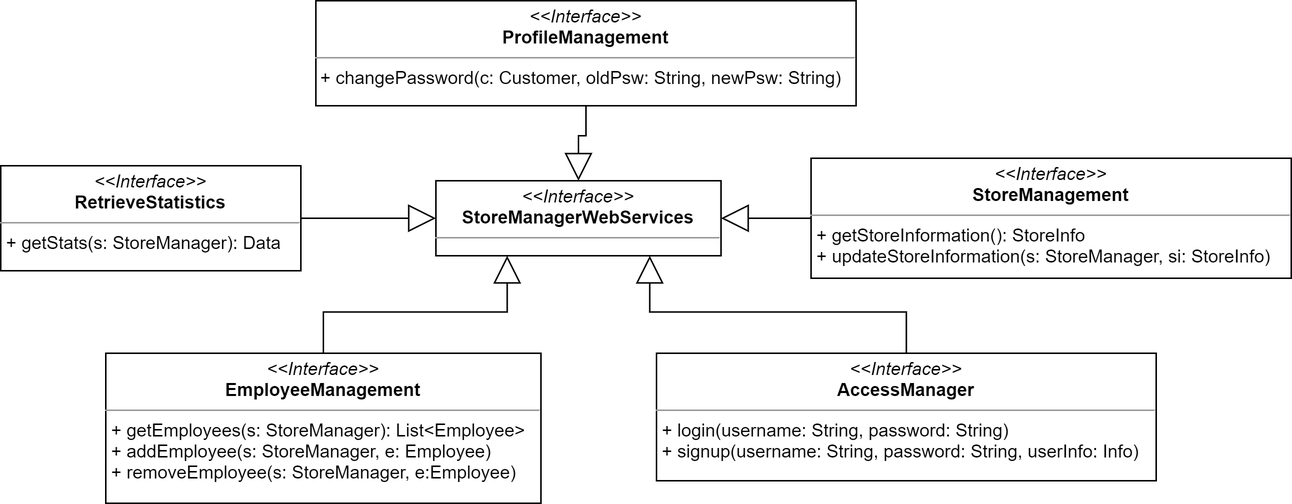
This is DDworkspace/LaTeXproject/images/storeM_web_services_interfaces.png from marcoDige/CLup, a draw.io export, as it was before one commit. Source tidied: cells renumbered, new cells last; positions are measured from the earlier drawing's top-left corner, leaving out a move shared by most shapes.
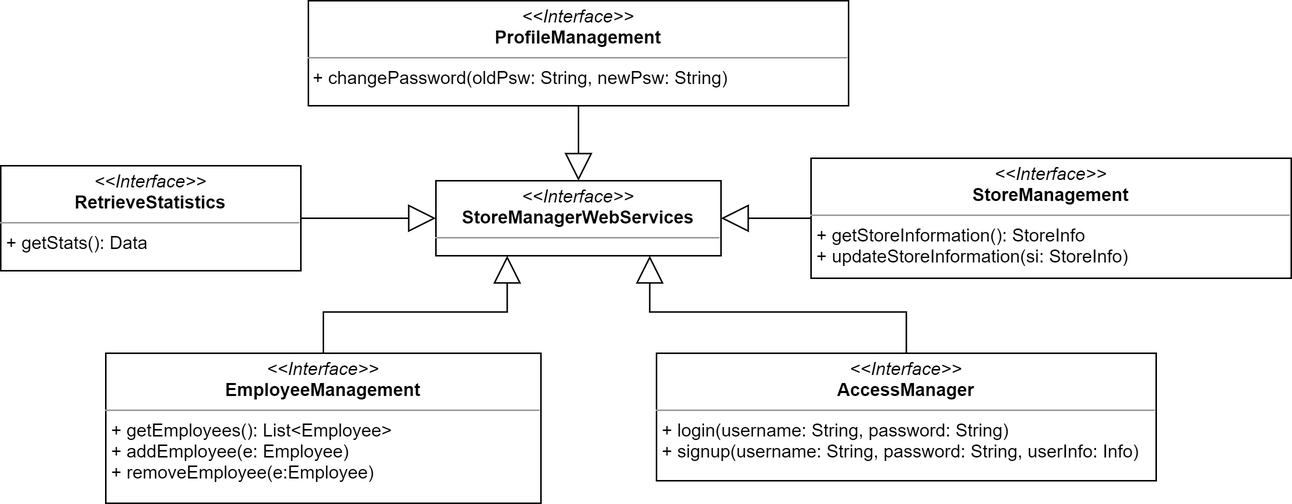
After the commit.

Commit message:
interfaces diagrams fixed

What changed in the source:
```diff
@@ -11,19 +11,19 @@
     <mxCell id="4" style="edgeStyle=orthogonalEdgeStyle;rounded=0;jettySize=auto;html=1;exitX=1;exitY=0.5;exitDx=0;exitDy=0;entryX=0;entryY=0.5;entryDx=0;entryDy=0;endArrow=block;endFill=0;endSize=16;" parent="1" edge="1" source="5" target="3">
       <mxGeometry relative="1" as="geometry" />
     </mxCell>
-    <mxCell id="5" value="&lt;p style=&quot;margin: 0px ; margin-top: 4px ; text-align: center&quot;&gt;&lt;i&gt;&amp;lt;&amp;lt;Interface&amp;gt;&amp;gt;&lt;/i&gt;&lt;br&gt;&lt;b&gt;RetrieveStatistics&lt;/b&gt;&lt;/p&gt;&lt;hr size=&quot;1&quot;&gt;&lt;p style=&quot;margin: 0px ; margin-left: 4px&quot;&gt;+&amp;nbsp;getStats(s: StoreManager): Data&lt;/p&gt;&lt;p style=&quot;margin: 0px ; margin-left: 4px&quot;&gt;&lt;br&gt;&lt;/p&gt;" style="verticalAlign=top;align=left;overflow=fill;fontSize=12;fontFamily=Helvetica;html=1;" parent="1" vertex="1">
+    <mxCell id="5" value="&lt;p style=&quot;margin: 0px ; margin-top: 4px ; text-align: center&quot;&gt;&lt;i&gt;&amp;lt;&amp;lt;Interface&amp;gt;&amp;gt;&lt;/i&gt;&lt;br&gt;&lt;b&gt;RetrieveStatistics&lt;/b&gt;&lt;/p&gt;&lt;hr size=&quot;1&quot;&gt;&lt;p style=&quot;margin: 0px ; margin-left: 4px&quot;&gt;+&amp;nbsp;getStats(): Data&lt;/p&gt;&lt;p style=&quot;margin: 0px ; margin-left: 4px&quot;&gt;&lt;br&gt;&lt;/p&gt;" style="verticalAlign=top;align=left;overflow=fill;fontSize=12;fontFamily=Helvetica;html=1;" parent="1" vertex="1">
       <mxGeometry y="110" width="200" height="70" as="geometry" />
     </mxCell>
     <mxCell id="6" style="edgeStyle=orthogonalEdgeStyle;rounded=0;jettySize=auto;html=1;exitX=0;exitY=0.5;exitDx=0;exitDy=0;entryX=1;entryY=0.5;entryDx=0;entryDy=0;endArrow=block;endFill=0;endSize=16;" parent="1" edge="1" source="7" target="3">
       <mxGeometry relative="1" as="geometry" />
     </mxCell>
-    <mxCell id="7" value="&lt;p style=&quot;margin: 0px ; margin-top: 4px ; text-align: center&quot;&gt;&lt;i&gt;&amp;lt;&amp;lt;Interface&amp;gt;&amp;gt;&lt;/i&gt;&lt;br&gt;&lt;b&gt;StoreManagement&lt;/b&gt;&lt;/p&gt;&lt;hr size=&quot;1&quot;&gt;&lt;p style=&quot;margin: 0px ; margin-left: 4px&quot;&gt;+&amp;nbsp;getStoreInformation(): StoreInfo&lt;/p&gt;&lt;p style=&quot;margin: 0px ; margin-left: 4px&quot;&gt;+&amp;nbsp;updateStoreInformation(s: StoreManager, si: StoreInfo)&lt;/p&gt;&lt;p style=&quot;margin: 0px ; margin-left: 4px&quot;&gt;&lt;br&gt;&lt;/p&gt;" style="verticalAlign=top;align=left;overflow=fill;fontSize=12;fontFamily=Helvetica;html=1;" parent="1" vertex="1">
+    <mxCell id="7" value="&lt;p style=&quot;margin: 0px ; margin-top: 4px ; text-align: center&quot;&gt;&lt;i&gt;&amp;lt;&amp;lt;Interface&amp;gt;&amp;gt;&lt;/i&gt;&lt;br&gt;&lt;b&gt;StoreManagement&lt;/b&gt;&lt;/p&gt;&lt;hr size=&quot;1&quot;&gt;&lt;p style=&quot;margin: 0px ; margin-left: 4px&quot;&gt;+&amp;nbsp;getStoreInformation(): StoreInfo&lt;/p&gt;&lt;p style=&quot;margin: 0px ; margin-left: 4px&quot;&gt;+&amp;nbsp;updateStoreInformation(si: StoreInfo)&lt;/p&gt;&lt;p style=&quot;margin: 0px ; margin-left: 4px&quot;&gt;&lt;br&gt;&lt;/p&gt;" style="verticalAlign=top;align=left;overflow=fill;fontSize=12;fontFamily=Helvetica;html=1;" parent="1" vertex="1">
       <mxGeometry x="540" y="105" width="320" height="80" as="geometry" />
     </mxCell>
     <mxCell id="8" style="edgeStyle=orthogonalEdgeStyle;rounded=0;jettySize=auto;html=1;exitX=0.5;exitY=0;exitDx=0;exitDy=0;entryX=0.25;entryY=1;entryDx=0;entryDy=0;endSize=16;endArrow=block;endFill=0;" parent="1" edge="1" source="9" target="3">
       <mxGeometry relative="1" as="geometry" />
     </mxCell>
-    <mxCell id="9" value="&lt;p style=&quot;margin: 0px ; margin-top: 4px ; text-align: center&quot;&gt;&lt;i&gt;&amp;lt;&amp;lt;Interface&amp;gt;&amp;gt;&lt;/i&gt;&lt;br&gt;&lt;b&gt;EmployeeManagement&lt;/b&gt;&lt;/p&gt;&lt;hr size=&quot;1&quot;&gt;&lt;p style=&quot;margin: 0px ; margin-left: 4px&quot;&gt;+&amp;nbsp;getEmployees(s: StoreManager): List&amp;lt;Employee&amp;gt;&lt;/p&gt;&lt;p style=&quot;margin: 0px ; margin-left: 4px&quot;&gt;+&amp;nbsp;addEmployee(s: StoreManager, e: Employee)&lt;/p&gt;&lt;p style=&quot;margin: 0px ; margin-left: 4px&quot;&gt;+&amp;nbsp;removeEmployee(s: StoreManager, e:Employee)&lt;/p&gt;" style="verticalAlign=top;align=left;overflow=fill;fontSize=12;fontFamily=Helvetica;html=1;" parent="1" vertex="1">
+    <mxCell id="9" value="&lt;p style=&quot;margin: 0px ; margin-top: 4px ; text-align: center&quot;&gt;&lt;i&gt;&amp;lt;&amp;lt;Interface&amp;gt;&amp;gt;&lt;/i&gt;&lt;br&gt;&lt;b&gt;EmployeeManagement&lt;/b&gt;&lt;/p&gt;&lt;hr size=&quot;1&quot;&gt;&lt;p style=&quot;margin: 0px ; margin-left: 4px&quot;&gt;+&amp;nbsp;getEmployees(): List&amp;lt;Employee&amp;gt;&lt;/p&gt;&lt;p style=&quot;margin: 0px ; margin-left: 4px&quot;&gt;+&amp;nbsp;addEmployee(e: Employee)&lt;/p&gt;&lt;p style=&quot;margin: 0px ; margin-left: 4px&quot;&gt;+&amp;nbsp;removeEmployee(e:Employee)&lt;/p&gt;" style="verticalAlign=top;align=left;overflow=fill;fontSize=12;fontFamily=Helvetica;html=1;" parent="1" vertex="1">
       <mxGeometry x="70" y="235" width="290" height="100" as="geometry" />
     </mxCell>
     <mxCell id="10" style="edgeStyle=orthogonalEdgeStyle;rounded=0;jettySize=auto;html=1;exitX=0.5;exitY=0;exitDx=0;exitDy=0;entryX=0.75;entryY=1;entryDx=0;entryDy=0;endArrow=block;endFill=0;endSize=16;" parent="1" edge="1" source="11" target="3">
@@ -32,8 +32,8 @@
     <mxCell id="11" value="&lt;p style=&quot;margin: 0px ; margin-top: 4px ; text-align: center&quot;&gt;&lt;i&gt;&amp;lt;&amp;lt;Interface&amp;gt;&amp;gt;&lt;/i&gt;&lt;br&gt;&lt;b&gt;AccessManager&lt;/b&gt;&lt;/p&gt;&lt;hr size=&quot;1&quot;&gt;&lt;p style=&quot;margin: 0px ; margin-left: 4px&quot;&gt;+&amp;nbsp;login(username: String, password: String)&lt;/p&gt;&lt;p style=&quot;margin: 0px ; margin-left: 4px&quot;&gt;+ signup(username: String, password: String, userInfo: Info)&lt;br&gt;&lt;/p&gt;&lt;p style=&quot;margin: 0px ; margin-left: 4px&quot;&gt;&lt;br&gt;&lt;/p&gt;" style="verticalAlign=top;align=left;overflow=fill;fontSize=12;fontFamily=Helvetica;html=1;" parent="1" vertex="1">
       <mxGeometry x="437" y="235" width="333" height="85" as="geometry" />
     </mxCell>
-    <mxCell id="12" value="&lt;p style=&quot;margin: 0px ; margin-top: 4px ; text-align: center&quot;&gt;&lt;i&gt;&amp;lt;&amp;lt;Interface&amp;gt;&amp;gt;&lt;/i&gt;&lt;br&gt;&lt;b&gt;ProfileManagement&lt;/b&gt;&lt;/p&gt;&lt;hr size=&quot;1&quot;&gt;&lt;p style=&quot;margin: 0px ; margin-left: 4px&quot;&gt;&lt;/p&gt;&amp;nbsp;+ changePassword(c: Customer, oldPsw: String, newPsw: String)" style="verticalAlign=top;align=left;overflow=fill;fontSize=12;fontFamily=Helvetica;html=1;" parent="1" vertex="1">
-      <mxGeometry x="210" width="360" height="70" as="geometry" />
+    <mxCell id="12" value="&lt;p style=&quot;margin: 0px ; margin-top: 4px ; text-align: center&quot;&gt;&lt;i&gt;&amp;lt;&amp;lt;Interface&amp;gt;&amp;gt;&lt;/i&gt;&lt;br&gt;&lt;b&gt;ProfileManagement&lt;/b&gt;&lt;/p&gt;&lt;hr size=&quot;1&quot;&gt;&lt;p style=&quot;margin: 0px ; margin-left: 4px&quot;&gt;&lt;/p&gt;&amp;nbsp;+ changePassword(oldPsw: String, newPsw: String)" style="verticalAlign=top;align=left;overflow=fill;fontSize=12;fontFamily=Helvetica;html=1;" parent="1" vertex="1">
+      <mxGeometry x="205" width="360" height="70" as="geometry" />
     </mxCell>
   </root>
 </mxGraphModel>
```
